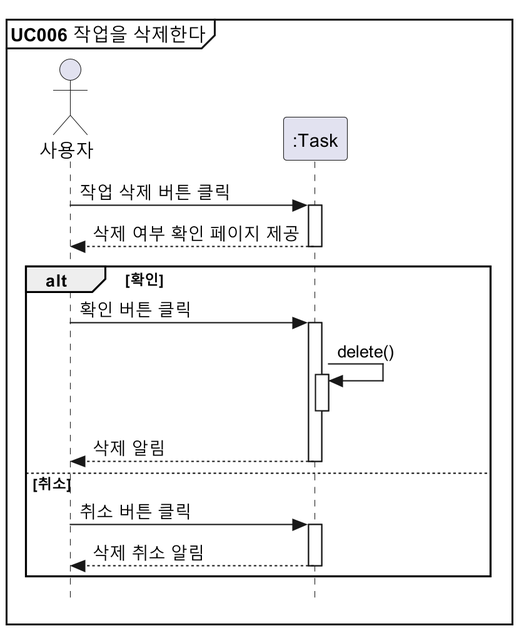
Earlier version of the PlantUML export docs/설계명세서/images/seq_diag/uc006.png (parkchamchi/SoftwareEngineering2023).
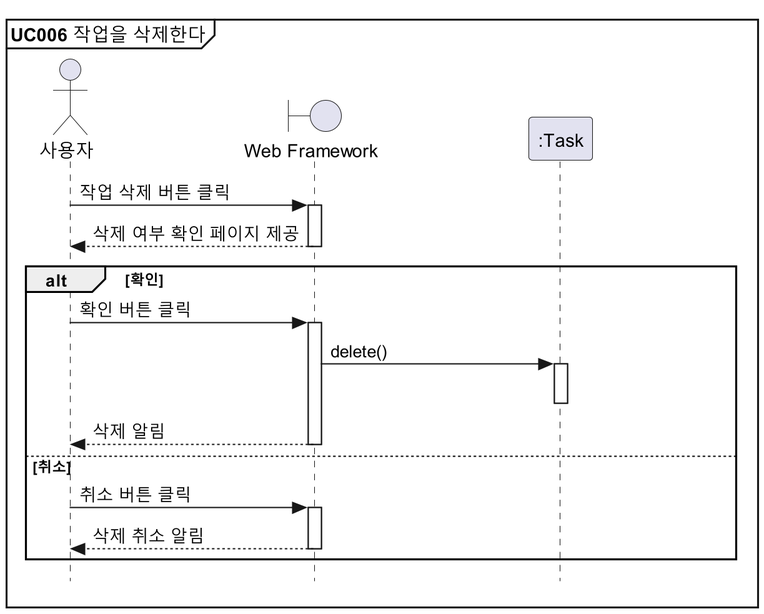
Above is the later version.

The edit, as a diff of the source:
```diff
@@ -3,20 +3,20 @@
 
 mainframe **UC006** 작업을 삭제한다
 
-actor 사용자
+!includesub style.puml!PARTICIPANTS
 participant ":Task" as Task
 
-사용자 -> Task :작업 삭제 버튼 클릭
-Task --> 사용자 : 삭제 여부 확인 페이지 제공
+사용자 -> view :작업 삭제 버튼 클릭
+view --> 사용자 : 삭제 여부 확인 페이지 제공
 
 alt 확인
-	사용자 -> Task : 확인 버튼 클릭
-	Task -> Task : delete()
+	사용자 -> view : 확인 버튼 클릭
+	view -> Task : delete()
 	deactivate Task
-	Task --> 사용자 : 삭제 알림
+	view --> 사용자 : 삭제 알림
 else 취소
-	사용자 -> Task : 취소 버튼 클릭
-	Task --> 사용자 : 삭제 취소 알림
+	사용자 -> view : 취소 버튼 클릭
+	view --> 사용자 : 삭제 취소 알림
 end
 
 @enduml
```
